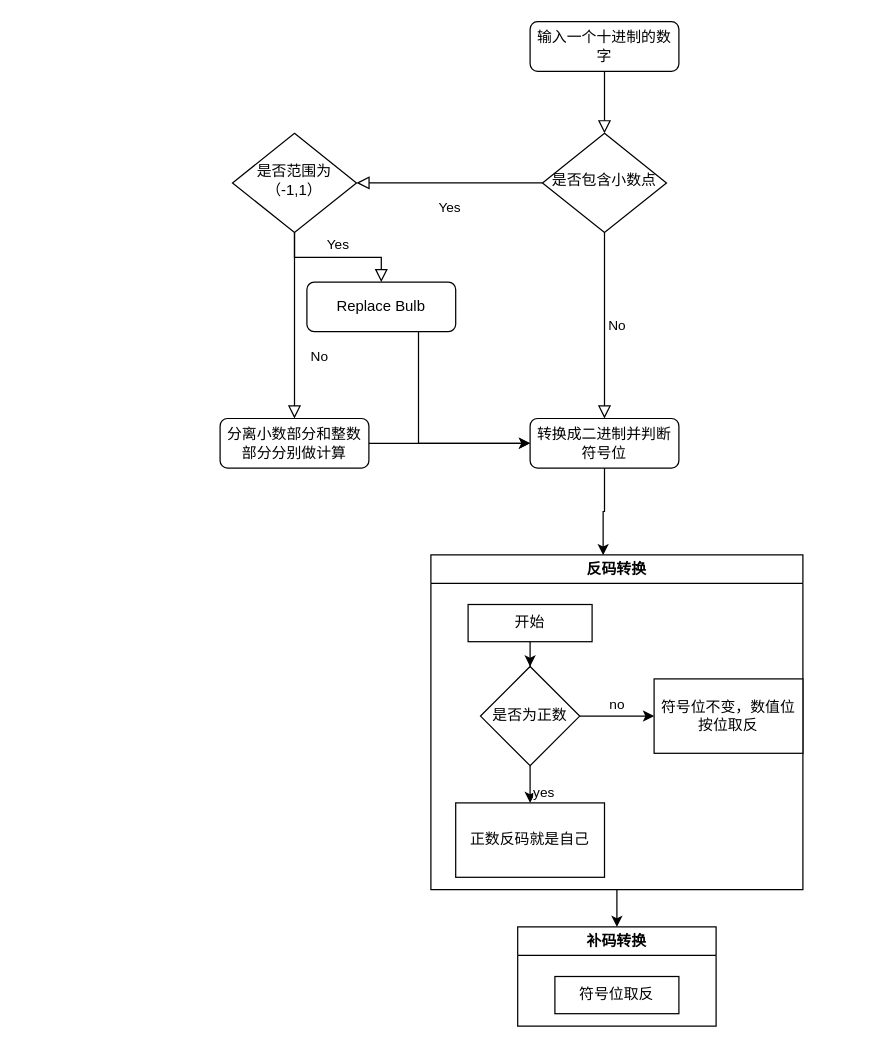
Before: 未命名绘图.drawio in guoyitao/imgBASE, a draw.io diagram. Source tidied: cells renumbered, new cells numbered last; positions are measured from the earlier drawing's top-left corner, leaving out a move shared by most shapes. Both pictures are drawn from the tidied source at 124%, with x=0, y=0 at pixel (219, 21).
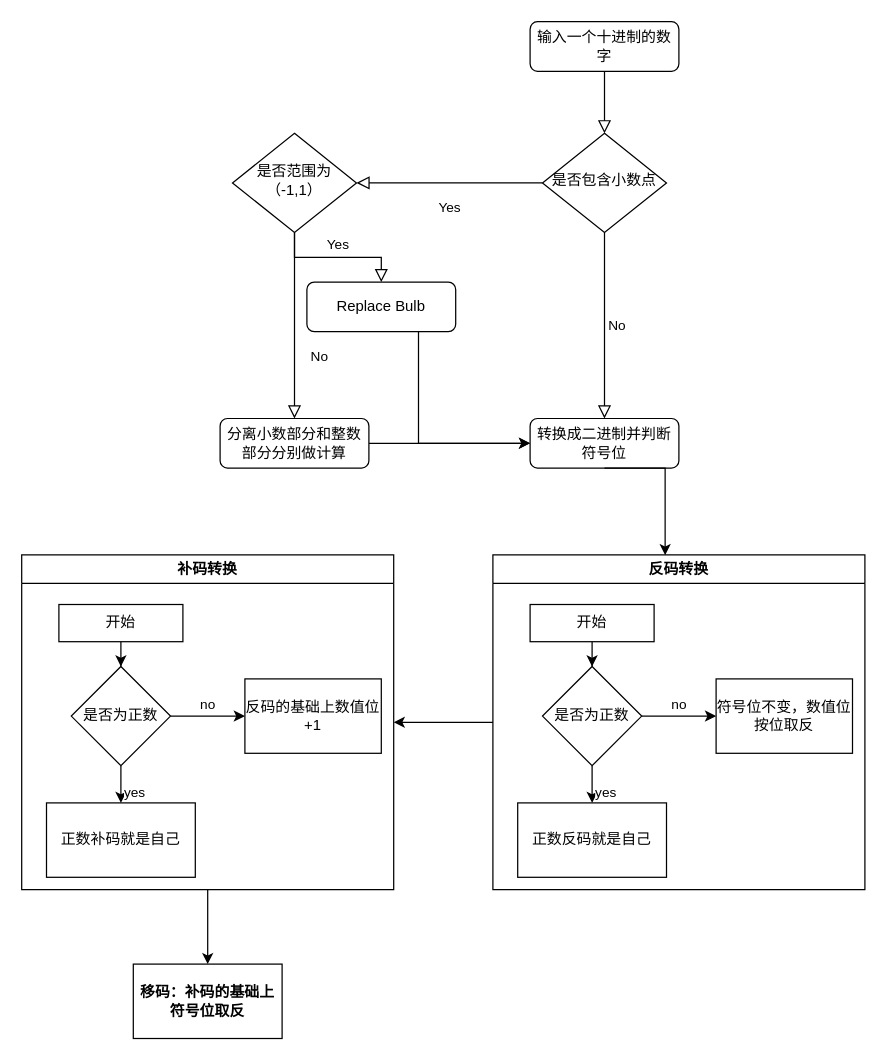
The same diagram, later.

Commit message (it also covers changes not shown here):
更新未命名绘图.drawio

Diff of the diagram source:
```diff
@@
-    <mxCell id="14" style="group;" parent="1" vertex="1">
-      <mxGeometry x="170" y="320" width="300" height="490" as="geometry" />
-    </mxCell>
+    <mxCell id="30" style="edgeStyle=orthogonalEdgeStyle;rounded=0;jettySize=auto;html=1;" parent="1" edge="1" source="26" target="40">
+      <mxGeometry relative="1" as="geometry" />
+    </mxCell>
+    <mxCell id="26" value="补码转换" style="swimlane;whiteSpace=wrap;html=1;" parent="1" vertex="1">
+      <mxGeometry x="-160" y="430" width="300" height="270" as="geometry" />
+    </mxCell>
+    <mxCell id="31" style="edgeStyle=orthogonalEdgeStyle;rounded=0;jettySize=auto;html=1;" parent="26" edge="1" source="32" target="37">
+      <mxGeometry relative="1" as="geometry" />
+    </mxCell>
+    <mxCell id="32" value="开始" style="rounded=0;whiteSpace=wrap;html=1;" parent="26" vertex="1">
+      <mxGeometry x="30" y="40" width="100" height="30" as="geometry" />
+    </mxCell>
+    <mxCell id="33" style="edgeStyle=orthogonalEdgeStyle;rounded=0;jettySize=auto;html=1;" parent="26" edge="1" source="37" target="38">
+      <mxGeometry relative="1" as="geometry" />
+    </mxCell>
+    <mxCell id="34" value="yes" style="edgeLabel;html=1;align=center;verticalAlign=middle;" parent="33" vertex="1">
+      <mxGeometry x="-0.25" y="1" relative="1" as="geometry">
+        <mxPoint x="9" y="2" as="offset" />
+      </mxGeometry>
+    </mxCell>
+    <mxCell id="35" style="edgeStyle=orthogonalEdgeStyle;rounded=0;jettySize=auto;html=1;" parent="26" edge="1" source="37" target="39">
+      <mxGeometry relative="1" as="geometry" />
+    </mxCell>
+    <mxCell id="36" value="no" style="edgeLabel;html=1;align=center;verticalAlign=middle;" parent="35" vertex="1">
+      <mxGeometry x="-0.12" relative="1" as="geometry">
+        <mxPoint x="3" y="-10" as="offset" />
+      </mxGeometry>
+    </mxCell>
+    <mxCell id="37" value="是否为正数" style="rhombus;whiteSpace=wrap;html=1;rounded=0;" parent="26" vertex="1">
+      <mxGeometry x="40" y="90" width="80" height="80" as="geometry" />
+    </mxCell>
+    <mxCell id="38" value="正数补码就是自己" style="whiteSpace=wrap;html=1;rounded=0;" parent="26" vertex="1">
+      <mxGeometry x="20" y="200" width="120" height="60" as="geometry" />
+    </mxCell>
+    <mxCell id="39" value="反码的基础上数值位+1" style="rounded=0;whiteSpace=wrap;html=1;" parent="26" vertex="1">
+      <mxGeometry x="180" y="100" width="110" height="60" as="geometry" />
+    </mxCell>
-    <mxCell id="15" value="转换成二进制并判断符号位" style="rounded=1;whiteSpace=wrap;html=1;fontSize=12;glass=0;strokeWidth=1;shadow=0;" parent="14" vertex="1">
-      <mxGeometry x="80" width="120" height="40" as="geometry" />
+    <mxCell id="15" value="转换成二进制并判断符号位" style="rounded=1;whiteSpace=wrap;html=1;fontSize=12;glass=0;strokeWidth=1;shadow=0;" parent="1" vertex="1">
+      <mxGeometry x="250" y="320" width="120" height="40" as="geometry" />
     </mxCell>
+    <mxCell id="28" style="edgeStyle=orthogonalEdgeStyle;rounded=0;jettySize=auto;html=1;entryX=1;entryY=0.5;entryDx=0;entryDy=0;" parent="1" edge="1" source="16" target="26">
+      <mxGeometry relative="1" as="geometry" />
+    </mxCell>
-    <mxCell id="16" value="反码转换" style="swimlane;whiteSpace=wrap;html=1;" parent="14" vertex="1">
-      <mxGeometry y="110" width="300" height="270" as="geometry" />
+    <mxCell id="16" value="反码转换" style="swimlane;whiteSpace=wrap;html=1;" parent="1" vertex="1">
+      <mxGeometry x="220" y="430" width="300" height="270" as="geometry" />
     </mxCell>
@@
     <mxCell id="25" value="符号位不变，数值位按位取反" style="rounded=0;whiteSpace=wrap;html=1;" parent="16" vertex="1">
-      <mxGeometry x="180" y="100" width="120" height="60" as="geometry" />
+      <mxGeometry x="180" y="100" width="110" height="60" as="geometry" />
     </mxCell>
-    <mxCell id="26" value="补码转换" style="swimlane;whiteSpace=wrap;html=1;" parent="14" vertex="1">
-      <mxGeometry x="70" y="410" width="160" height="80" as="geometry" />
-    </mxCell>
-    <mxCell id="27" value="符号位取反" style="rounded=0;whiteSpace=wrap;html=1;" parent="26" vertex="1">
-      <mxGeometry x="30" y="40" width="100" height="30" as="geometry" />
-    </mxCell>
-    <mxCell id="28" style="edgeStyle=orthogonalEdgeStyle;rounded=0;jettySize=auto;html=1;" parent="14" edge="1" source="16" target="26">
-      <mxGeometry relative="1" as="geometry" />
-    </mxCell>
-    <mxCell id="29" style="edgeStyle=orthogonalEdgeStyle;rounded=0;jettySize=auto;html=1;exitX=0.5;exitY=1;exitDx=0;exitDy=0;entryX=0.463;entryY=0.001;entryDx=0;entryDy=0;entryPerimeter=0;" parent="14" edge="1" source="15" target="16">
-      <mxGeometry relative="1" as="geometry" />
+    <mxCell id="29" style="edgeStyle=orthogonalEdgeStyle;rounded=0;jettySize=auto;html=1;exitX=0.5;exitY=1;exitDx=0;exitDy=0;entryX=0.463;entryY=0.001;entryDx=0;entryDy=0;entryPerimeter=0;" parent="1" edge="1" source="15" target="16">
+      <mxGeometry relative="1" as="geometry">
+        <Array as="points">
+          <mxPoint x="359" y="360" />
+        </Array>
+      </mxGeometry>
     </mxCell>
+    <mxCell id="40" value="移码：补码的基础上符号位取反" style="whiteSpace=wrap;html=1;fontStyle=1;startSize=23;" parent="1" vertex="1">
+      <mxGeometry x="-70" y="760" width="120" height="60" as="geometry" />
+    </mxCell>
```
